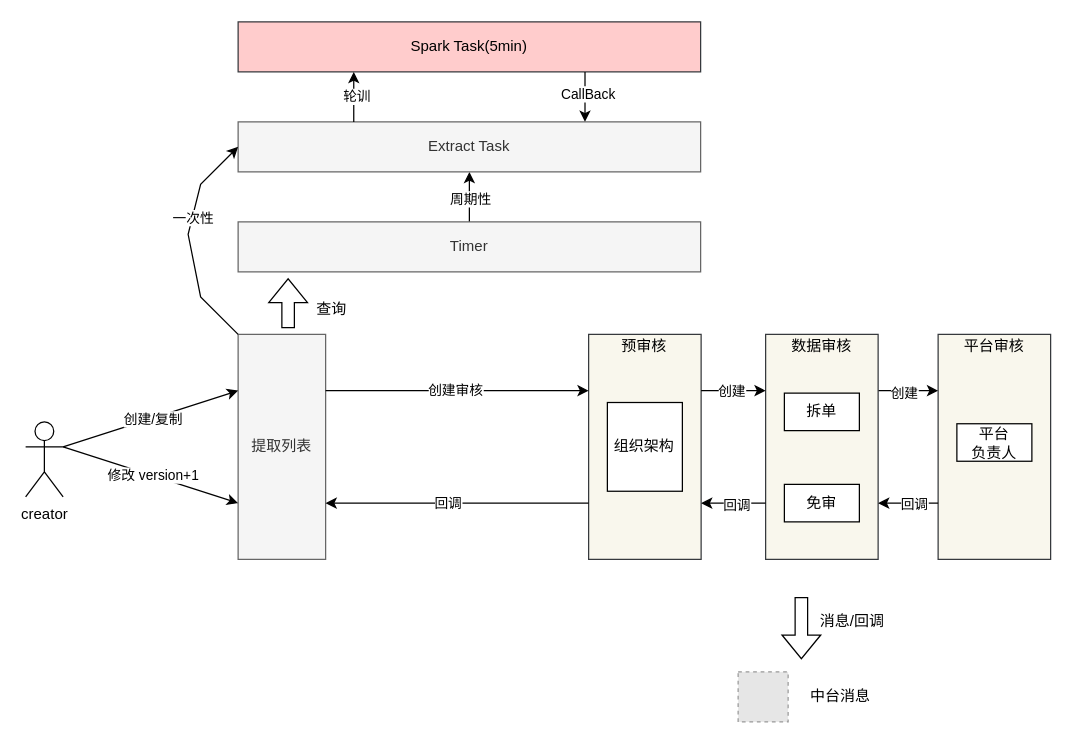
Earlier version of the draw.io diagram feature_export.drawio (learn2Pro/draw_io_save). Source tidied: cells renumbered, new cells numbered last; positions are measured from the earlier drawing's top-left corner, leaving out a move shared by most shapes. Both pictures are drawn from the tidied source at 125%, with x=0, y=0 at pixel (25, 21). Pictures stored in the file or linked from it are replaced by grey dashed boxes.
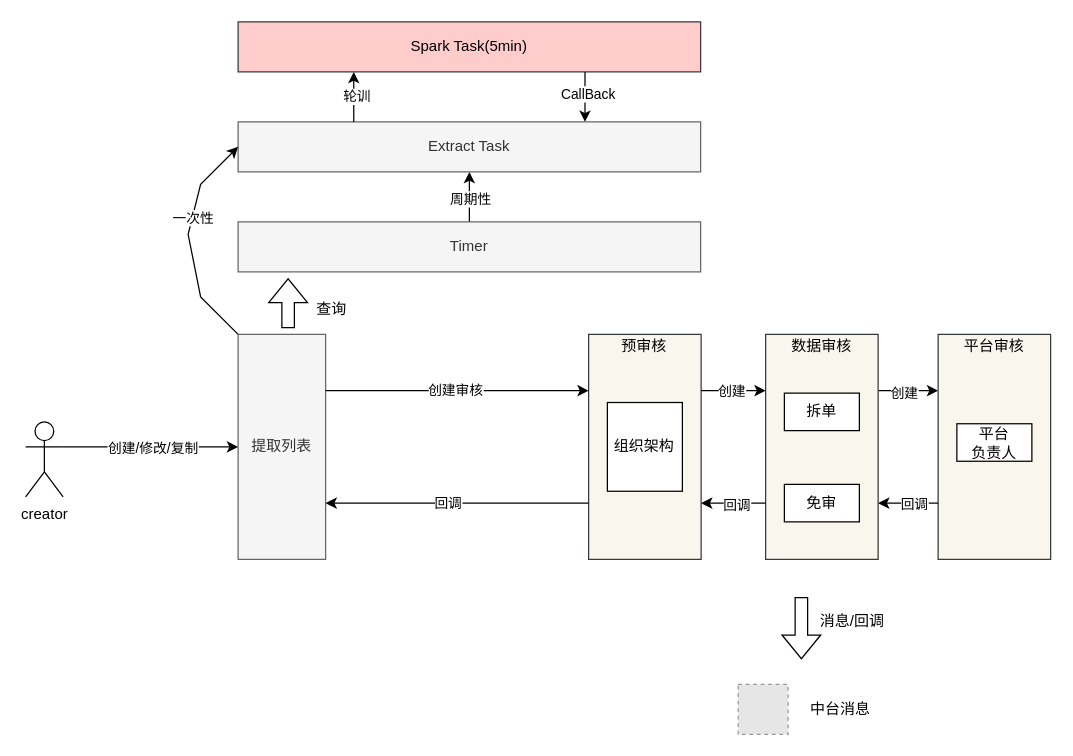
Above is the later version.

The change refers to these unchanged cells:
```xml
<mxCell id="2" value="creator" style="shape=umlActor;verticalLabelPosition=bottom;verticalAlign=top;html=1;outlineConnect=0;" parent="1" vertex="1">
  <mxGeometry y="320" width="30" height="60" as="geometry" />
</mxCell>
<mxCell id="3" value="提取列表" style="rounded=0;whiteSpace=wrap;html=1;fillColor=#f5f5f5;fontColor=#333333;strokeColor=#666666;" parent="1" vertex="1">
  <mxGeometry x="170" y="250" width="70" height="180" as="geometry" />
</mxCell>
```

Change to the diagram source:
```diff
@@
-    <mxCell id="4" style="endArrow=classic;html=1;rounded=0;entryX=0;entryY=0.25;entryDx=0;entryDy=0;exitX=1;exitY=0.3333333333333333;exitDx=0;exitDy=0;exitPerimeter=0;" parent="1" edge="1" source="2" target="3">
+    <mxCell id="4" style="endArrow=classic;html=1;rounded=0;entryX=0;entryY=0.5;entryDx=0;entryDy=0;exitX=1;exitY=0.3333333333333333;exitDx=0;exitDy=0;exitPerimeter=0;" parent="1" edge="1" source="2" target="3">
       <mxGeometry relative="1" as="geometry" />
     </mxCell>
-    <mxCell id="5" value="创建/复制" style="edgeLabel;html=1;align=center;verticalAlign=middle;" parent="4" vertex="1">
+    <mxCell id="5" value="创建/修改/复制" style="edgeLabel;html=1;align=center;verticalAlign=middle;" parent="4" vertex="1">
       <mxGeometry x="0.02" relative="1" as="geometry" />
     </mxCell>
-    <mxCell id="6" style="endArrow=classic;html=1;rounded=0;entryX=0;entryY=0.75;entryDx=0;entryDy=0;exitX=1;exitY=0.3333333333333333;exitDx=0;exitDy=0;exitPerimeter=0;" parent="1" edge="1" source="2" target="3">
-      <mxGeometry relative="1" as="geometry" />
-    </mxCell>
-    <mxCell id="7" value="修改 version+1" style="edgeLabel;html=1;align=center;verticalAlign=middle;" parent="6" vertex="1">
-      <mxGeometry x="0.02" relative="1" as="geometry" />
-    </mxCell>
@@
     <mxCell id="10" style="group;" parent="1" vertex="1">
-      <mxGeometry x="570" y="520" width="112" height="40" as="geometry" />
+      <mxGeometry x="570" y="530" width="112" height="40" as="geometry" />
     </mxCell>
```
